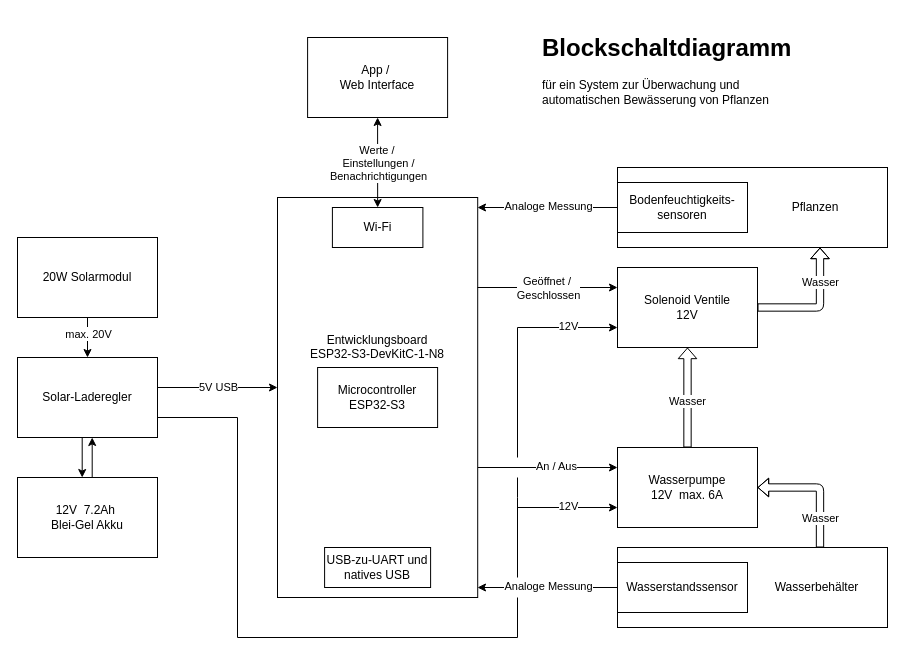
This is Blockdiagram/Blockschaltbild.drawio from BastiBudde/PlantSurveillance, a draw.io file, before an edit. Source tidied: cells renumbered, new cells numbered last; positions are measured from the earlier drawing's top-left corner, leaving out a move shared by most shapes. Both pictures are drawn from the tidied source at 100%, with x=0, y=0 at pixel (17, 32).
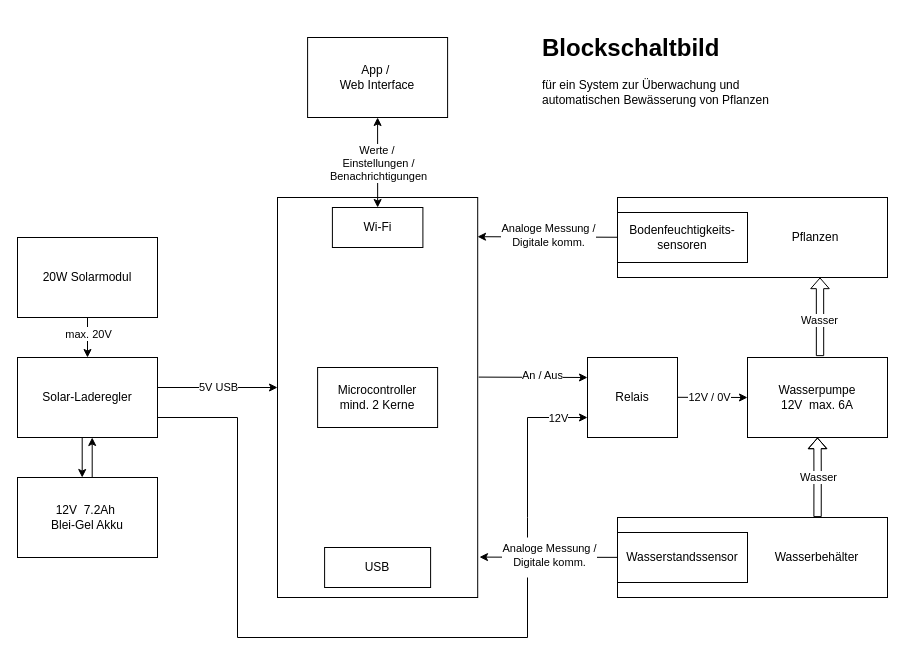
The same page after the edit.

The change refers to these unchanged cells:
```xml
<mxCell id="15" value="Solar-Laderegler" style="rounded=0;whiteSpace=wrap;html=1;" parent="1" vertex="1">
  <mxGeometry y="325" width="140" height="80" as="geometry" />
</mxCell>
```

What changed in the source:
```diff
@@
-    <mxCell id="2" style="edgeStyle=none;rounded=0;jettySize=auto;html=1;entryX=0;entryY=0.25;entryDx=0;entryDy=0;exitX=0.999;exitY=0.675;exitDx=0;exitDy=0;exitPerimeter=0;" parent="1" edge="1" source="4" target="8">
+    <mxCell id="2" style="edgeStyle=none;rounded=0;jettySize=auto;html=1;entryX=0;entryY=0.25;entryDx=0;entryDy=0;exitX=1.005;exitY=0.449;exitDx=0;exitDy=0;exitPerimeter=0;" parent="1" edge="1" source="4" target="47">
       <mxGeometry relative="1" as="geometry" />
     </mxCell>
@@
-    <mxCell id="4" value="&lt;div&gt;Entwicklungsboard&lt;/div&gt;&lt;div&gt;ESP32-S3-DevKitC-1-N8&lt;/div&gt;&lt;div&gt;&lt;br&gt;&lt;/div&gt;&lt;div&gt;&lt;br&gt;&lt;/div&gt;&lt;div&gt;&lt;br&gt;&lt;/div&gt;&lt;div&gt;&lt;br&gt;&lt;/div&gt;&lt;div&gt;&lt;br&gt;&lt;/div&gt;&lt;div&gt;&lt;br&gt;&lt;/div&gt;&lt;div&gt;&lt;br&gt;&lt;/div&gt;" style="rounded=0;whiteSpace=wrap;html=1;labelPosition=center;verticalLabelPosition=middle;align=center;verticalAlign=middle;horizontal=1;" parent="1" vertex="1">
+    <mxCell id="4" style="rounded=0;whiteSpace=wrap;html=1;labelPosition=center;verticalLabelPosition=middle;align=center;verticalAlign=middle;horizontal=1;" parent="1" vertex="1">
       <mxGeometry x="260" y="165" width="200.2" height="400" as="geometry" />
     </mxCell>
-    <mxCell id="5" value="&lt;div&gt;Microcontroller&lt;/div&gt;&lt;div&gt;ESP32-S3&lt;br&gt;&lt;/div&gt;" style="rounded=0;whiteSpace=wrap;html=1;" parent="1" vertex="1">
+    <mxCell id="5" value="&lt;div&gt;Microcontroller&lt;/div&gt;&lt;div&gt;mind. 2 Kerne&lt;br&gt;&lt;/div&gt;" style="rounded=0;whiteSpace=wrap;html=1;" parent="1" vertex="1">
       <mxGeometry x="300.1" y="335" width="120" height="60" as="geometry" />
     </mxCell>
-    <mxCell id="6" value="USB-zu-UART und natives USB" style="rounded=0;whiteSpace=wrap;html=1;" parent="1" vertex="1">
+    <mxCell id="6" value="USB" style="rounded=0;whiteSpace=wrap;html=1;" parent="1" vertex="1">
       <mxGeometry x="307.1" y="515" width="106" height="40" as="geometry" />
     </mxCell>
@@
     <mxCell id="8" value="&lt;div&gt;Wasserpumpe&lt;/div&gt;&lt;div&gt;12V&amp;nbsp; max. 6A&lt;br&gt;&lt;/div&gt;" style="rounded=0;whiteSpace=wrap;html=1;" parent="1" vertex="1">
-      <mxGeometry x="600" y="415" width="140" height="80" as="geometry" />
+      <mxGeometry x="730" y="325" width="140" height="80" as="geometry" />
     </mxCell>
@@
     <mxCell id="14" style="edgeStyle=orthogonalEdgeStyle;rounded=0;jettySize=auto;html=1;elbow=vertical;endArrow=none;endFill=0;exitX=1;exitY=0.75;exitDx=0;exitDy=0;" parent="1" edge="1" source="15">
       <mxGeometry relative="1" as="geometry">
-        <mxPoint x="500" y="565" as="targetPoint" />
+        <mxPoint x="510" y="545" as="targetPoint" />
         <Array as="points">
           <mxPoint x="220" y="385" />
           <mxPoint x="220" y="605" />
-          <mxPoint x="500" y="605" />
+          <mxPoint x="510" y="605" />
         </Array>
       </mxGeometry>
     </mxCell>
@@
-    <mxCell id="19" style="edgeStyle=none;rounded=0;jettySize=auto;html=1;entryX=0.999;entryY=0.025;entryDx=0;entryDy=0;entryPerimeter=0;" parent="1" edge="1" source="45" target="4">
+    <mxCell id="19" style="edgeStyle=none;rounded=0;jettySize=auto;html=1;entryX=0.999;entryY=0.098;entryDx=0;entryDy=0;entryPerimeter=0;" parent="1" edge="1" source="45" target="4">
       <mxGeometry relative="1" as="geometry" />
     </mxCell>
-    <mxCell id="20" value="Analoge Messung" style="edgeLabel;html=1;align=center;verticalAlign=middle;" parent="19" vertex="1">
+    <mxCell id="20" value="&lt;div&gt;Analoge Messung /&lt;/div&gt;&lt;div&gt;Digitale komm.&lt;br&gt;&lt;/div&gt;" style="edgeLabel;html=1;align=center;verticalAlign=middle;" parent="19" vertex="1">
       <mxGeometry relative="1" as="geometry">
         <mxPoint y="-2" as="offset" />
       </mxGeometry>
     </mxCell>
-    <mxCell id="21" style="edgeStyle=none;rounded=0;jettySize=auto;html=1;endArrow=none;endFill=0;startArrow=classic;startFill=1;exitX=0;exitY=0.25;exitDx=0;exitDy=0;entryX=0.999;entryY=0.225;entryDx=0;entryDy=0;entryPerimeter=0;" parent="1" edge="1" source="29" target="4">
-      <mxGeometry relative="1" as="geometry" />
-    </mxCell>
-    <mxCell id="22" value="&lt;div&gt;Geöffnet /&amp;nbsp;&lt;/div&gt;&lt;div&gt;Geschlossen&lt;/div&gt;" style="edgeLabel;html=1;align=center;verticalAlign=middle;" parent="21" vertex="1">
-      <mxGeometry relative="1" as="geometry" />
-    </mxCell>
@@
-    <mxCell id="27" style="edgeStyle=orthogonalEdgeStyle;rounded=0;jettySize=auto;html=1;startArrow=classic;startFill=1;endArrow=none;endFill=0;strokeColor=default;exitX=0;exitY=0.75;exitDx=0;exitDy=0;" parent="1" edge="1" source="8">
+    <mxCell id="27" style="edgeStyle=orthogonalEdgeStyle;rounded=0;jettySize=auto;html=1;startArrow=classic;startFill=1;endArrow=none;endFill=0;strokeColor=default;exitX=0;exitY=0.75;exitDx=0;exitDy=0;" parent="1" edge="1" source="47">
       <mxGeometry relative="1" as="geometry">
-        <mxPoint x="500" y="485" as="targetPoint" />
+        <mxPoint x="510" y="505" as="targetPoint" />
         <Array as="points">
-          <mxPoint x="500" y="475" />
+          <mxPoint x="510" y="385" />
+          <mxPoint x="510" y="485" />
         </Array>
       </mxGeometry>
     </mxCell>
     <mxCell id="28" value="12V" style="edgeLabel;html=1;align=center;verticalAlign=middle;" parent="27" vertex="1">
       <mxGeometry relative="1" as="geometry">
-        <mxPoint x="5" y="-2" as="offset" />
+        <mxPoint x="30" y="-30" as="offset" />
       </mxGeometry>
     </mxCell>
-    <mxCell id="29" value="&lt;div&gt;Solenoid Ventile&lt;/div&gt;&lt;div&gt;12V&lt;br&gt;&lt;/div&gt;" style="rounded=0;whiteSpace=wrap;html=1;" parent="1" vertex="1">
-      <mxGeometry x="600" y="235" width="140" height="80" as="geometry" />
-    </mxCell>
-    <mxCell id="30" style="endArrow=none;html=1;rounded=0;" parent="1" edge="1">
-      <mxGeometry relative="1" as="geometry">
-        <mxPoint x="500" y="545" as="sourcePoint" />
-        <mxPoint x="500" y="465" as="targetPoint" />
-      </mxGeometry>
-    </mxCell>
-    <mxCell id="31" style="endArrow=classic;html=1;rounded=0;entryX=0;entryY=0.75;entryDx=0;entryDy=0;edgeStyle=orthogonalEdgeStyle;" parent="1" edge="1" target="29">
-      <mxGeometry relative="1" as="geometry">
-        <mxPoint x="500" y="425" as="sourcePoint" />
-        <Array as="points">
-          <mxPoint x="500" y="295" />
-        </Array>
-      </mxGeometry>
-    </mxCell>
-    <mxCell id="32" value="12V" style="edgeLabel;html=1;align=center;verticalAlign=middle;" parent="31" vertex="1">
-      <mxGeometry relative="1" as="geometry">
-        <mxPoint x="50" y="-17" as="offset" />
-      </mxGeometry>
-    </mxCell>
-    <mxCell id="33" style="edgeStyle=orthogonalEdgeStyle;rounded=1;jettySize=auto;html=1;exitX=0.75;exitY=0;exitDx=0;exitDy=0;shape=flexArrow;endSize=3.223333333333333;startSize=6;strokeWidth=1;fillColor=none;endWidth=10.222222222222223;width=7.333333333333333;entryX=1;entryY=0.5;entryDx=0;entryDy=0;" parent="1" edge="1" source="35" target="8">
+    <mxCell id="33" style="edgeStyle=orthogonalEdgeStyle;rounded=1;jettySize=auto;html=1;exitX=0.741;exitY=-0.005;exitDx=0;exitDy=0;shape=flexArrow;endSize=3.223333333333333;startSize=6;strokeWidth=1;fillColor=none;endWidth=10.222222222222223;width=7.333333333333333;entryX=0.5;entryY=1;entryDx=0;entryDy=0;exitPerimeter=0;" parent="1" edge="1" source="35" target="8">
       <mxGeometry relative="1" as="geometry" />
     </mxCell>
     <mxCell id="34" value="&lt;div&gt;Wasser&lt;/div&gt;" style="edgeLabel;html=1;align=center;verticalAlign=middle;" parent="33" vertex="1">
-      <mxGeometry relative="1" as="geometry">
-        <mxPoint x="1" y="30" as="offset" />
-      </mxGeometry>
+      <mxGeometry relative="1" as="geometry" />
     </mxCell>
     <mxCell id="35" value="&lt;div align=&quot;right&quot;&gt;Wasserbehälter &amp;nbsp;&amp;nbsp; &amp;nbsp;&amp;nbsp; &amp;nbsp; &lt;br&gt;&lt;/div&gt;" style="rounded=0;whiteSpace=wrap;html=1;align=right;" parent="1" vertex="1">
-      <mxGeometry x="600" y="515" width="270" height="80" as="geometry" />
+      <mxGeometry x="600" y="485" width="270" height="80" as="geometry" />
     </mxCell>
     <mxCell id="36" value="Wasserstandssensor" style="rounded=0;whiteSpace=wrap;html=1;" parent="1" vertex="1">
-      <mxGeometry x="600" y="530" width="130" height="50" as="geometry" />
+      <mxGeometry x="600" y="500" width="130" height="50" as="geometry" />
     </mxCell>
-    <mxCell id="37" style="edgeStyle=none;rounded=0;jettySize=auto;html=1;entryX=0.999;entryY=0.975;entryDx=0;entryDy=0;entryPerimeter=0;" parent="1" edge="1" source="36" target="4">
+    <mxCell id="37" style="edgeStyle=none;rounded=0;jettySize=auto;html=1;entryX=1.009;entryY=0.899;entryDx=0;entryDy=0;entryPerimeter=0;" parent="1" edge="1" source="36" target="4">
       <mxGeometry relative="1" as="geometry" />
     </mxCell>
-    <mxCell id="38" value="Analoge Messung" style="edgeLabel;html=1;align=center;verticalAlign=middle;" parent="37" vertex="1">
+    <mxCell id="38" value="&lt;div&gt;Analoge Messung /&lt;/div&gt;&lt;div&gt;Digitale komm.&lt;br&gt;&lt;/div&gt;" style="edgeLabel;html=1;align=center;verticalAlign=middle;" parent="37" vertex="1">
       <mxGeometry relative="1" as="geometry">
         <mxPoint y="-2" as="offset" />
       </mxGeometry>
     </mxCell>
     <mxCell id="39" value="&lt;div align=&quot;right&quot;&gt;Pflanzen&amp;nbsp;&amp;nbsp;&amp;nbsp; &amp;nbsp; &amp;nbsp;&amp;nbsp;&amp;nbsp;&amp;nbsp;&amp;nbsp;&amp;nbsp;&amp;nbsp;&amp;nbsp; &lt;br&gt;&lt;/div&gt;" style="rounded=0;whiteSpace=wrap;html=1;align=right;" parent="1" vertex="1">
-      <mxGeometry x="600" y="135" width="270" height="80" as="geometry" />
+      <mxGeometry x="600" y="165" width="270" height="80" as="geometry" />
     </mxCell>
-    <mxCell id="40" style="edgeStyle=orthogonalEdgeStyle;rounded=1;jettySize=auto;html=1;shape=flexArrow;endSize=3.223333333333333;startSize=6;strokeWidth=1;fillColor=none;endWidth=10.222222222222223;width=7.333333333333333;entryX=0.5;entryY=1;entryDx=0;entryDy=0;exitX=0.5;exitY=0;exitDx=0;exitDy=0;" parent="1" edge="1" source="8" target="29">
+    <mxCell id="40" style="edgeStyle=orthogonalEdgeStyle;rounded=1;jettySize=auto;html=1;shape=flexArrow;endSize=3.223333333333333;startSize=6;strokeWidth=1;fillColor=none;endWidth=10.222222222222223;width=7.333333333333333;exitX=0.518;exitY=-0.017;exitDx=0;exitDy=0;entryX=0.75;entryY=1;entryDx=0;entryDy=0;exitPerimeter=0;" parent="1" edge="1" source="8" target="39">
       <mxGeometry relative="1" as="geometry" />
     </mxCell>
@@
-    <mxCell id="42" style="edgeStyle=orthogonalEdgeStyle;rounded=1;jettySize=auto;html=1;shape=flexArrow;endSize=3.223333333333333;startSize=6;strokeWidth=1;fillColor=none;endWidth=10.222222222222223;width=7.333333333333333;exitX=1;exitY=0.5;exitDx=0;exitDy=0;entryX=0.75;entryY=1;entryDx=0;entryDy=0;" parent="1" edge="1" source="29" target="39">
-      <mxGeometry relative="1" as="geometry" />
-    </mxCell>
-    <mxCell id="43" value="&lt;div&gt;Wasser&lt;/div&gt;" style="edgeLabel;html=1;align=center;verticalAlign=middle;" parent="42" vertex="1">
-      <mxGeometry relative="1" as="geometry">
-        <mxPoint x="1" y="-26" as="offset" />
-      </mxGeometry>
-    </mxCell>
-    <mxCell id="44" value="&lt;h1 align=&quot;left&quot;&gt;Blockschaltdiagramm&lt;br&gt;&lt;/h1&gt;&lt;p align=&quot;left&quot;&gt;für ein System zur Überwachung und automatischen Bewässerung von Pflanzen&lt;br&gt;&lt;/p&gt;" style="text;html=1;strokeColor=none;fillColor=none;spacing=5;spacingTop=-20;whiteSpace=wrap;overflow=hidden;rounded=0;strokeWidth=1;verticalAlign=middle;labelPosition=center;verticalLabelPosition=middle;align=left;" parent="1" vertex="1">
+    <mxCell id="44" value="&lt;h1 align=&quot;left&quot;&gt;Blockschaltbild&lt;br&gt;&lt;/h1&gt;&lt;p align=&quot;left&quot;&gt;für ein System zur Überwachung und automatischen Bewässerung von Pflanzen&lt;br&gt;&lt;/p&gt;" style="text;html=1;strokeColor=none;fillColor=none;spacing=5;spacingTop=-20;whiteSpace=wrap;overflow=hidden;rounded=0;strokeWidth=1;verticalAlign=middle;labelPosition=center;verticalLabelPosition=middle;align=left;" parent="1" vertex="1">
       <mxGeometry x="520" width="270" height="90" as="geometry" />
     </mxCell>
     <mxCell id="45" value="Bodenfeuchtigkeits-sensoren" style="rounded=0;whiteSpace=wrap;html=1;" parent="1" vertex="1">
-      <mxGeometry x="600" y="150" width="130" height="50" as="geometry" />
+      <mxGeometry x="600" y="180" width="130" height="50" as="geometry" />
     </mxCell>
-    <mxCell id="46" style="endArrow=none;html=1;rounded=0;" parent="1" edge="1">
-      <mxGeometry relative="1" as="geometry">
-        <mxPoint x="500" y="465" as="sourcePoint" />
-        <mxPoint x="500" y="445" as="targetPoint" />
-      </mxGeometry>
-    </mxCell>
+    <mxCell id="47" value="&lt;div&gt;Relais&lt;/div&gt;" style="rounded=0;whiteSpace=wrap;html=1;" parent="1" vertex="1">
+      <mxGeometry x="570" y="325" width="90" height="80" as="geometry" />
+    </mxCell>
+    <mxCell id="48" style="edgeStyle=none;rounded=0;orthogonalLoop=1;jettySize=auto;html=1;exitX=1.005;exitY=0.449;exitDx=0;exitDy=0;exitPerimeter=0;" parent="1" edge="1">
+      <mxGeometry relative="1" as="geometry">
+        <mxPoint x="660" y="364.8" as="sourcePoint" />
+        <mxPoint x="730" y="365" as="targetPoint" />
+      </mxGeometry>
+    </mxCell>
+    <mxCell id="49" value="12V / 0V" style="edgeLabel;html=1;align=center;verticalAlign=middle;" parent="48" vertex="1">
+      <mxGeometry x="0.02" y="1" relative="1" as="geometry">
+        <mxPoint x="-5" y="1" as="offset" />
+      </mxGeometry>
+    </mxCell>
```
